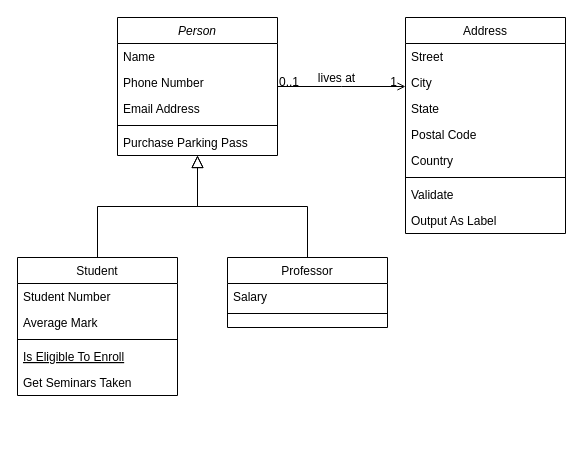
The draw.io diagram Class.drawio in Starmaxou/EN317-ALBERTY_MARTIN, before the edit. Source tidied: cells renumbered, new cells numbered last; positions are measured from the earlier drawing's top-left corner, leaving out a move shared by most shapes. Both pictures are drawn from the tidied source at 100%, with x=0, y=0 at pixel (17, 17).
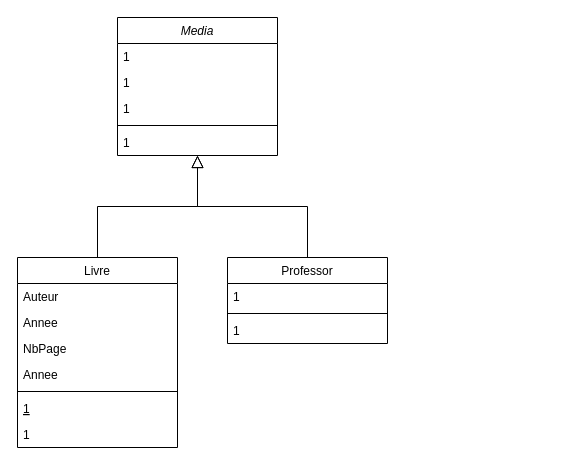
The same page after the edit.

Commit message:
Début diagramme class

The edit, as a diff of the source:
```diff
@@
-    <mxCell id="2" value="Person" style="swimlane;fontStyle=2;align=center;verticalAlign=top;horizontal=1;startSize=26;rounded=0;shadow=0;strokeWidth=1;" parent="1" vertex="1">
+    <mxCell id="2" value="Media" style="swimlane;fontStyle=2;align=center;verticalAlign=top;horizontal=1;startSize=26;rounded=0;shadow=0;strokeWidth=1;" parent="1" vertex="1">
       <mxGeometry x="100" width="160" height="138" as="geometry" />
     </mxCell>
-    <mxCell id="3" value="Name" style="text;align=left;verticalAlign=top;spacingLeft=4;spacingRight=4;overflow=hidden;" parent="2" vertex="1">
+    <mxCell id="3" value="1" style="text;align=left;verticalAlign=top;spacingLeft=4;spacingRight=4;overflow=hidden;" parent="2" vertex="1">
       <mxGeometry y="26" width="160" height="26" as="geometry" />
     </mxCell>
-    <mxCell id="4" value="Phone Number" style="text;align=left;verticalAlign=top;spacingLeft=4;spacingRight=4;overflow=hidden;rounded=0;shadow=0;html=0;" parent="2" vertex="1">
+    <mxCell id="4" value="1" style="text;align=left;verticalAlign=top;spacingLeft=4;spacingRight=4;overflow=hidden;rounded=0;shadow=0;html=0;" parent="2" vertex="1">
       <mxGeometry y="52" width="160" height="26" as="geometry" />
     </mxCell>
-    <mxCell id="5" value="Email Address" style="text;align=left;verticalAlign=top;spacingLeft=4;spacingRight=4;overflow=hidden;rounded=0;shadow=0;html=0;" parent="2" vertex="1">
+    <mxCell id="5" value="1" style="text;align=left;verticalAlign=top;spacingLeft=4;spacingRight=4;overflow=hidden;rounded=0;shadow=0;html=0;" parent="2" vertex="1">
       <mxGeometry y="78" width="160" height="26" as="geometry" />
     </mxCell>
@@
-    <mxCell id="7" value="Purchase Parking Pass" style="text;align=left;verticalAlign=top;spacingLeft=4;spacingRight=4;overflow=hidden;" parent="2" vertex="1">
+    <mxCell id="7" value="1" style="text;align=left;verticalAlign=top;spacingLeft=4;spacingRight=4;overflow=hidden;" parent="2" vertex="1">
       <mxGeometry y="112" width="160" height="26" as="geometry" />
     </mxCell>
-    <mxCell id="8" value="Student" style="swimlane;fontStyle=0;align=center;verticalAlign=top;horizontal=1;startSize=26;rounded=0;shadow=0;strokeWidth=1;" parent="1" vertex="1">
-      <mxGeometry y="240" width="160" height="138" as="geometry" />
+    <mxCell id="8" value="Livre" style="swimlane;fontStyle=0;align=center;verticalAlign=top;horizontal=1;startSize=26;rounded=0;shadow=0;strokeWidth=1;" parent="1" vertex="1">
+      <mxGeometry y="240" width="160" height="190" as="geometry" />
     </mxCell>
-    <mxCell id="9" value="Student Number" style="text;align=left;verticalAlign=top;spacingLeft=4;spacingRight=4;overflow=hidden;" parent="8" vertex="1">
+    <mxCell id="9" value="Auteur" style="text;align=left;verticalAlign=top;spacingLeft=4;spacingRight=4;overflow=hidden;" parent="8" vertex="1">
       <mxGeometry y="26" width="160" height="26" as="geometry" />
     </mxCell>
-    <mxCell id="10" value="Average Mark" style="text;align=left;verticalAlign=top;spacingLeft=4;spacingRight=4;overflow=hidden;rounded=0;shadow=0;html=0;" parent="8" vertex="1">
+    <mxCell id="10" value="Annee" style="text;align=left;verticalAlign=top;spacingLeft=4;spacingRight=4;overflow=hidden;rounded=0;shadow=0;html=0;" parent="8" vertex="1">
       <mxGeometry y="52" width="160" height="26" as="geometry" />
     </mxCell>
+    <mxCell id="32" value="NbPage" style="text;align=left;verticalAlign=top;spacingLeft=4;spacingRight=4;overflow=hidden;rounded=0;shadow=0;html=0;" parent="8" vertex="1">
+      <mxGeometry y="78" width="160" height="26" as="geometry" />
+    </mxCell>
+    <mxCell id="33" value="Annee" style="text;align=left;verticalAlign=top;spacingLeft=4;spacingRight=4;overflow=hidden;rounded=0;shadow=0;html=0;" parent="8" vertex="1">
+      <mxGeometry y="104" width="160" height="26" as="geometry" />
+    </mxCell>
     <mxCell id="11" style="line;html=1;strokeWidth=1;align=left;verticalAlign=middle;spacingTop=-1;spacingLeft=3;spacingRight=3;labelPosition=right;" parent="8" vertex="1">
-      <mxGeometry y="78" width="160" height="8" as="geometry" />
+      <mxGeometry y="130" width="160" height="8" as="geometry" />
     </mxCell>
-    <mxCell id="12" value="Is Eligible To Enroll" style="text;align=left;verticalAlign=top;spacingLeft=4;spacingRight=4;overflow=hidden;fontStyle=4;" parent="8" vertex="1">
-      <mxGeometry y="86" width="160" height="26" as="geometry" />
+    <mxCell id="12" value="1" style="text;align=left;verticalAlign=top;spacingLeft=4;spacingRight=4;overflow=hidden;fontStyle=4;" parent="8" vertex="1">
+      <mxGeometry y="138" width="160" height="26" as="geometry" />
     </mxCell>
-    <mxCell id="13" value="Get Seminars Taken" style="text;align=left;verticalAlign=top;spacingLeft=4;spacingRight=4;overflow=hidden;" parent="8" vertex="1">
-      <mxGeometry y="112" width="160" height="26" as="geometry" />
+    <mxCell id="13" value="1" style="text;align=left;verticalAlign=top;spacingLeft=4;spacingRight=4;overflow=hidden;" parent="8" vertex="1">
+      <mxGeometry y="164" width="160" height="26" as="geometry" />
     </mxCell>
@@
     <mxCell id="15" value="Professor" style="swimlane;fontStyle=0;align=center;verticalAlign=top;horizontal=1;startSize=26;rounded=0;shadow=0;strokeWidth=1;" parent="1" vertex="1">
-      <mxGeometry x="210" y="240" width="160" height="70" as="geometry" />
+      <mxGeometry x="210" y="240" width="160" height="86" as="geometry" />
     </mxCell>
-    <mxCell id="16" value="Salary" style="text;align=left;verticalAlign=top;spacingLeft=4;spacingRight=4;overflow=hidden;" parent="15" vertex="1">
+    <mxCell id="16" value="1" style="text;align=left;verticalAlign=top;spacingLeft=4;spacingRight=4;overflow=hidden;" parent="15" vertex="1">
       <mxGeometry y="26" width="160" height="26" as="geometry" />
     </mxCell>
@@
+    <mxCell id="30" value="1" style="text;align=left;verticalAlign=top;spacingLeft=4;spacingRight=4;overflow=hidden;" parent="15" vertex="1">
+      <mxGeometry y="60" width="160" height="26" as="geometry" />
+    </mxCell>
@@
-    <mxCell id="19" value="Address" style="swimlane;fontStyle=0;align=center;verticalAlign=top;horizontal=1;startSize=26;rounded=0;shadow=0;strokeWidth=1;" parent="1" vertex="1">
-      <mxGeometry x="388" width="160" height="216" as="geometry" />
-    </mxCell>
-    <mxCell id="20" value="Street" style="text;align=left;verticalAlign=top;spacingLeft=4;spacingRight=4;overflow=hidden;" parent="19" vertex="1">
-      <mxGeometry y="26" width="160" height="26" as="geometry" />
-    </mxCell>
-    <mxCell id="21" value="City" style="text;align=left;verticalAlign=top;spacingLeft=4;spacingRight=4;overflow=hidden;rounded=0;shadow=0;html=0;" parent="19" vertex="1">
-      <mxGeometry y="52" width="160" height="26" as="geometry" />
-    </mxCell>
-    <mxCell id="22" value="State" style="text;align=left;verticalAlign=top;spacingLeft=4;spacingRight=4;overflow=hidden;rounded=0;shadow=0;html=0;" parent="19" vertex="1">
-      <mxGeometry y="78" width="160" height="26" as="geometry" />
-    </mxCell>
-    <mxCell id="23" value="Postal Code" style="text;align=left;verticalAlign=top;spacingLeft=4;spacingRight=4;overflow=hidden;rounded=0;shadow=0;html=0;" parent="19" vertex="1">
-      <mxGeometry y="104" width="160" height="26" as="geometry" />
-    </mxCell>
-    <mxCell id="24" value="Country" style="text;align=left;verticalAlign=top;spacingLeft=4;spacingRight=4;overflow=hidden;rounded=0;shadow=0;html=0;" parent="19" vertex="1">
-      <mxGeometry y="130" width="160" height="26" as="geometry" />
-    </mxCell>
-    <mxCell id="25" style="line;html=1;strokeWidth=1;align=left;verticalAlign=middle;spacingTop=-1;spacingLeft=3;spacingRight=3;labelPosition=right;" parent="19" vertex="1">
-      <mxGeometry y="156" width="160" height="8" as="geometry" />
-    </mxCell>
-    <mxCell id="26" value="Validate" style="text;align=left;verticalAlign=top;spacingLeft=4;spacingRight=4;overflow=hidden;" parent="19" vertex="1">
-      <mxGeometry y="164" width="160" height="26" as="geometry" />
-    </mxCell>
-    <mxCell id="27" value="Output As Label" style="text;align=left;verticalAlign=top;spacingLeft=4;spacingRight=4;overflow=hidden;" parent="19" vertex="1">
-      <mxGeometry y="190" width="160" height="26" as="geometry" />
-    </mxCell>
-    <mxCell id="28" style="endArrow=open;shadow=0;strokeWidth=1;rounded=0;endFill=1;edgeStyle=elbowEdgeStyle;elbow=vertical;" parent="1" edge="1" source="2" target="19">
-      <mxGeometry x="0.5" y="41" relative="1" as="geometry">
-        <mxPoint x="-40" y="32" as="offset" />
-      </mxGeometry>
-    </mxCell>
-    <mxCell id="29" value="0..1" style="align=left;verticalAlign=bottom;labelBackgroundColor=none;fontSize=12;" parent="28" vertex="1">
-      <mxGeometry x="-1" relative="1" as="geometry">
-        <mxPoint y="4" as="offset" />
-      </mxGeometry>
-    </mxCell>
-    <mxCell id="30" value="1" style="align=right;verticalAlign=bottom;labelBackgroundColor=none;fontSize=12;" parent="28" vertex="1">
-      <mxGeometry x="1" relative="1" as="geometry">
-        <mxPoint x="-7" y="4" as="offset" />
-      </mxGeometry>
-    </mxCell>
-    <mxCell id="31" value="lives at" style="text;html=1;align=center;verticalAlign=middle;labelBackgroundColor=none;rounded=0;shadow=0;strokeWidth=1;fontSize=12;" parent="28" vertex="1">
-      <mxGeometry x="0.5" y="49" relative="1" as="geometry">
-        <mxPoint x="-38" y="40" as="offset" />
-      </mxGeometry>
-    </mxCell>
```
